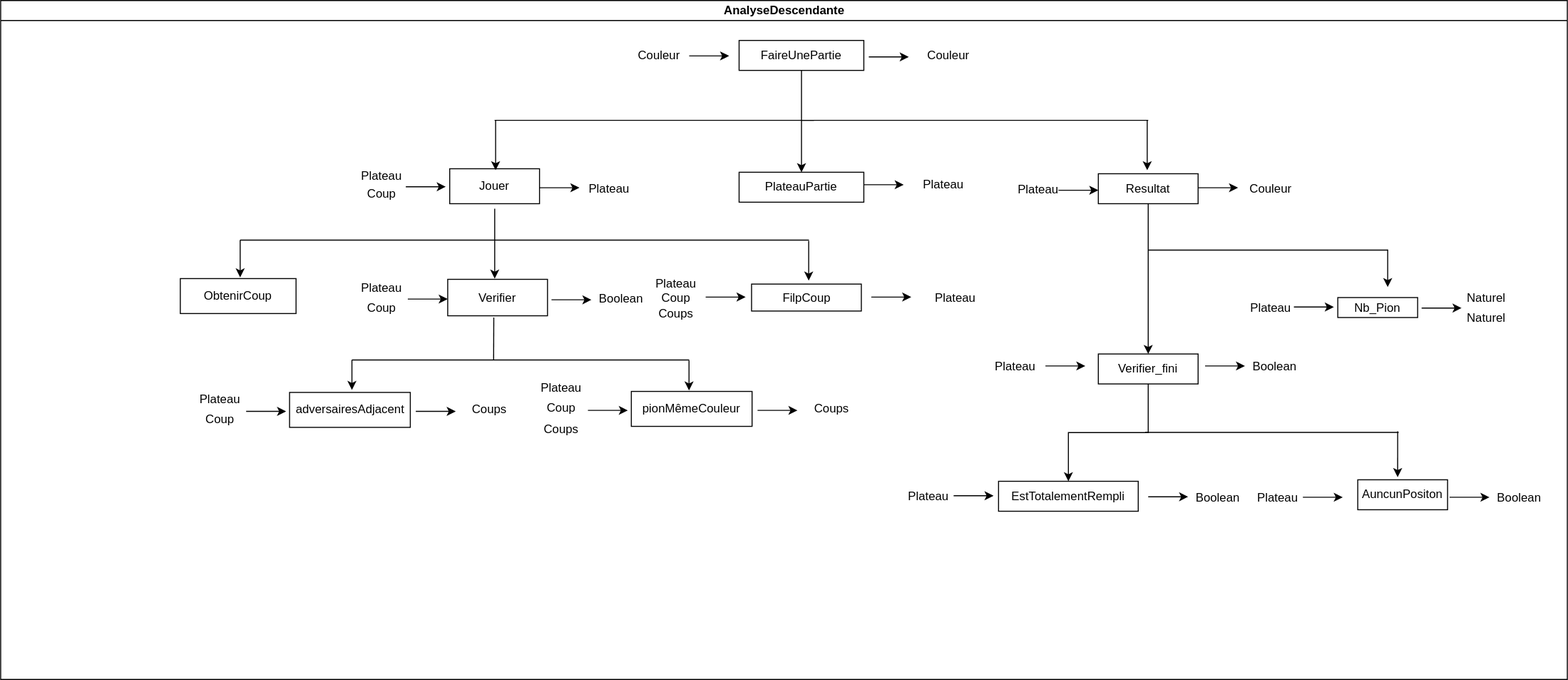
Above: rapport/analyse/FaireUnePartie.drawio.svg in Sachawski/othelloiti3 (draw.io), before the change. Source tidied: cells renumbered, new cells last; positions are measured from the earlier drawing's top-left corner, leaving out a move shared by most shapes.
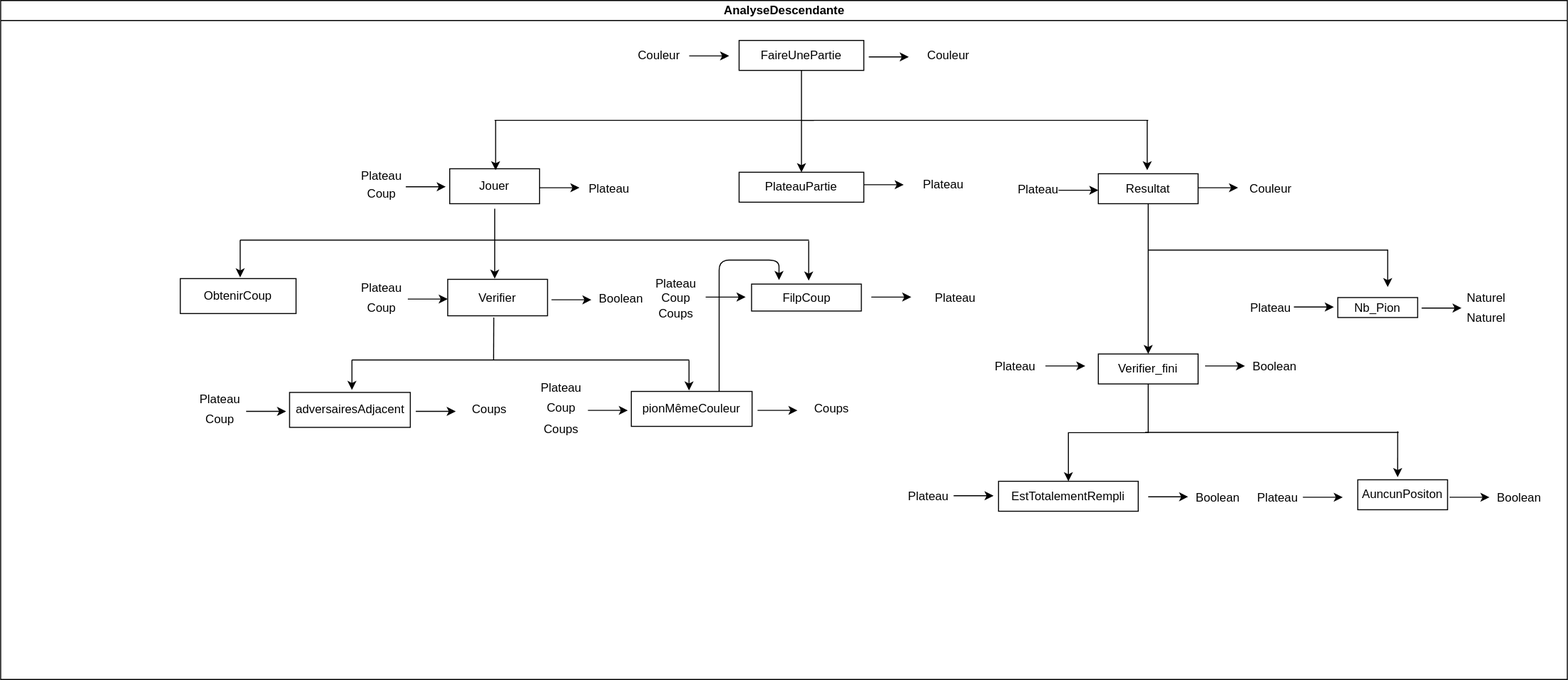
The same diagram one commit later.

Diff of the diagram source:
```diff
@@ -385,5 +385,15 @@
     <mxCell id="88" value="Coups" style="text;html=1;strokeColor=none;fillColor=none;align=center;verticalAlign=middle;whiteSpace=wrap;rounded=0;" parent="2" vertex="1">
       <mxGeometry x="532" y="415.2" width="60" height="30" as="geometry" />
     </mxCell>
+    <mxCell id="89" style="endArrow=classic;html=1;" parent="2" edge="1">
+      <mxGeometry relative="1" as="geometry">
+        <mxPoint x="720" y="391.5" as="sourcePoint" />
+        <mxPoint x="780" y="280" as="targetPoint" />
+        <Array as="points">
+          <mxPoint x="720" y="260" />
+          <mxPoint x="780" y="260" />
+        </Array>
+      </mxGeometry>
+    </mxCell>
   </root>
 </mxGraphModel>
```
